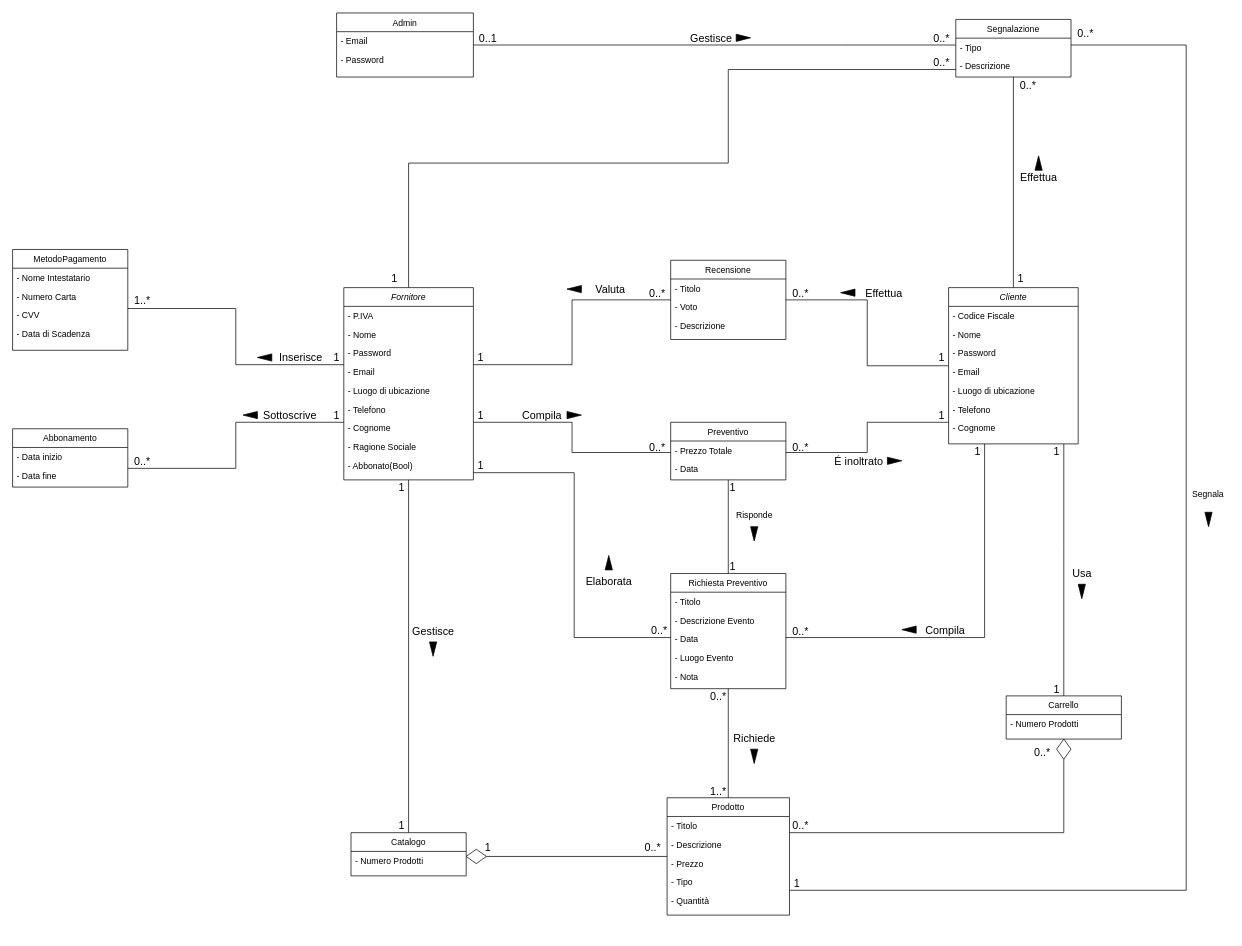
The draw.io diagram Sorgenti/Class diagram/ClassDiagram.drawio in gilbertrec/-C10-IS-2020-2021-EasyExpo, before the edit. Source tidied: cells renumbered, new cells numbered last; positions are measured from the earlier drawing's top-left corner, leaving out a move shared by most shapes. Both pictures are drawn from the tidied source at 72%, with x=0, y=0 at pixel (12, 13).
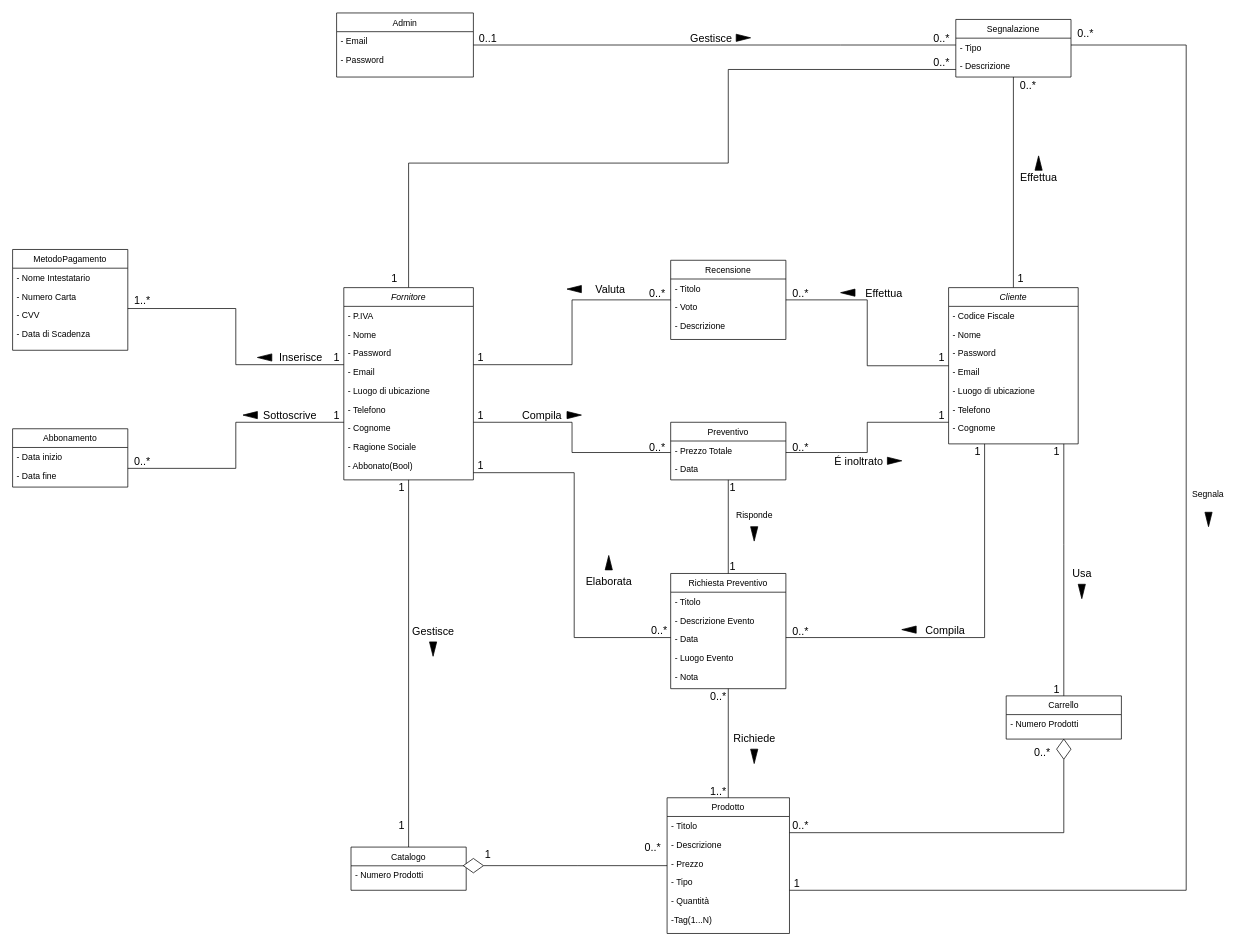
Above is the later version.

The edit, as a diff of the source:
```diff
@@
     <mxCell id="21" value="Prodotto" style="swimlane;fontStyle=0;align=center;verticalAlign=top;horizontal=1;startSize=26;rounded=0;shadow=0;strokeWidth=1;" parent="1" vertex="1">
-      <mxGeometry x="909" y="1089.5" width="170" height="163" as="geometry" />
+      <mxGeometry x="909" y="1089.5" width="170" height="188.5" as="geometry" />
     </mxCell>
@@
+    <mxCell id="143" value="-Tag(1...N)" style="text;align=left;verticalAlign=top;spacingLeft=4;spacingRight=4;overflow=hidden;rounded=0;shadow=0;html=0;" parent="21" vertex="1">
+      <mxGeometry y="156" width="170" height="26" as="geometry" />
+    </mxCell>
@@
     <mxCell id="35" style="edgeStyle=orthogonalEdgeStyle;rounded=0;jettySize=auto;html=1;endArrow=none;endFill=0;startArrow=none;startFill=0;" parent="1" edge="1" source="48" target="21">
-      <mxGeometry relative="1" as="geometry" />
+      <mxGeometry relative="1" as="geometry">
+        <Array as="points">
+          <mxPoint x="784" y="1184" />
+        </Array>
+      </mxGeometry>
     </mxCell>
     <mxCell id="36" value="Catalogo" style="swimlane;fontStyle=0;align=center;verticalAlign=top;horizontal=1;startSize=26;rounded=0;shadow=0;strokeWidth=1;" parent="1" vertex="1">
-      <mxGeometry x="470" y="1138" width="160" height="60" as="geometry" />
+      <mxGeometry x="470" y="1158" width="160" height="60" as="geometry" />
     </mxCell>
@@
     <mxCell id="48" style="rhombus;whiteSpace=wrap;html=1;rotation=90;" parent="1" vertex="1">
-      <mxGeometry x="634" y="1157" width="20" height="28" as="geometry" />
+      <mxGeometry x="630" y="1169.8" width="20" height="28" as="geometry" />
     </mxCell>
@@
     <mxCell id="108" value="1" style="text;html=1;align=center;verticalAlign=middle;fontSize=15;" parent="1" vertex="1">
-      <mxGeometry x="650" y="1148" width="20" height="20" as="geometry" />
+      <mxGeometry x="650" y="1158" width="20" height="20" as="geometry" />
     </mxCell>
```
